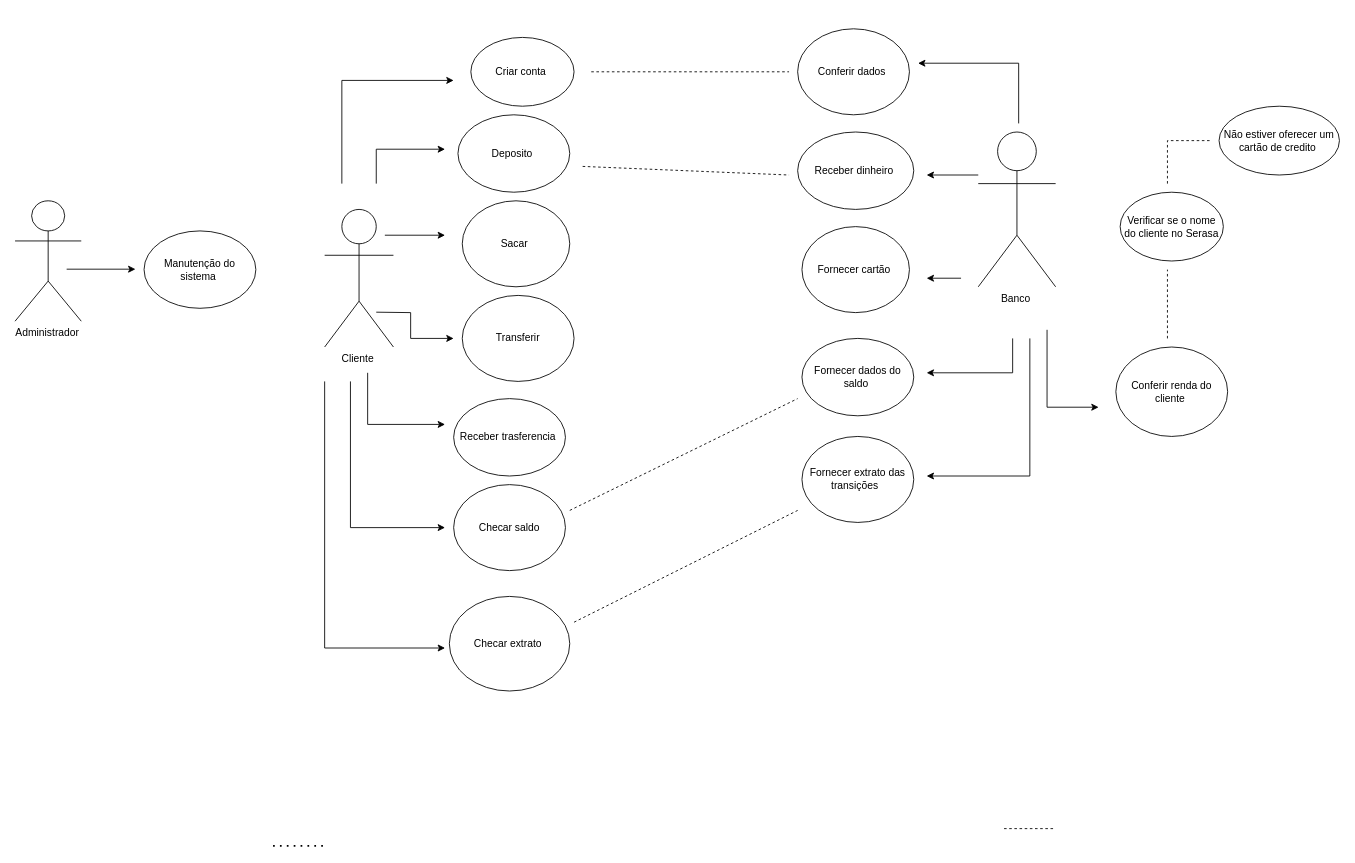
The draw.io diagram page "Página-5" (5 of 11) of Diagrama aula.drawio in maysa158/diagramasderequisitos, before the edit. Source tidied: cells renumbered, new cells numbered last; positions are measured from the earlier drawing's top-left corner, leaving out a move shared by most shapes. Both pictures are drawn from the tidied source at 86%, with x=0, y=0 at pixel (15, 28).
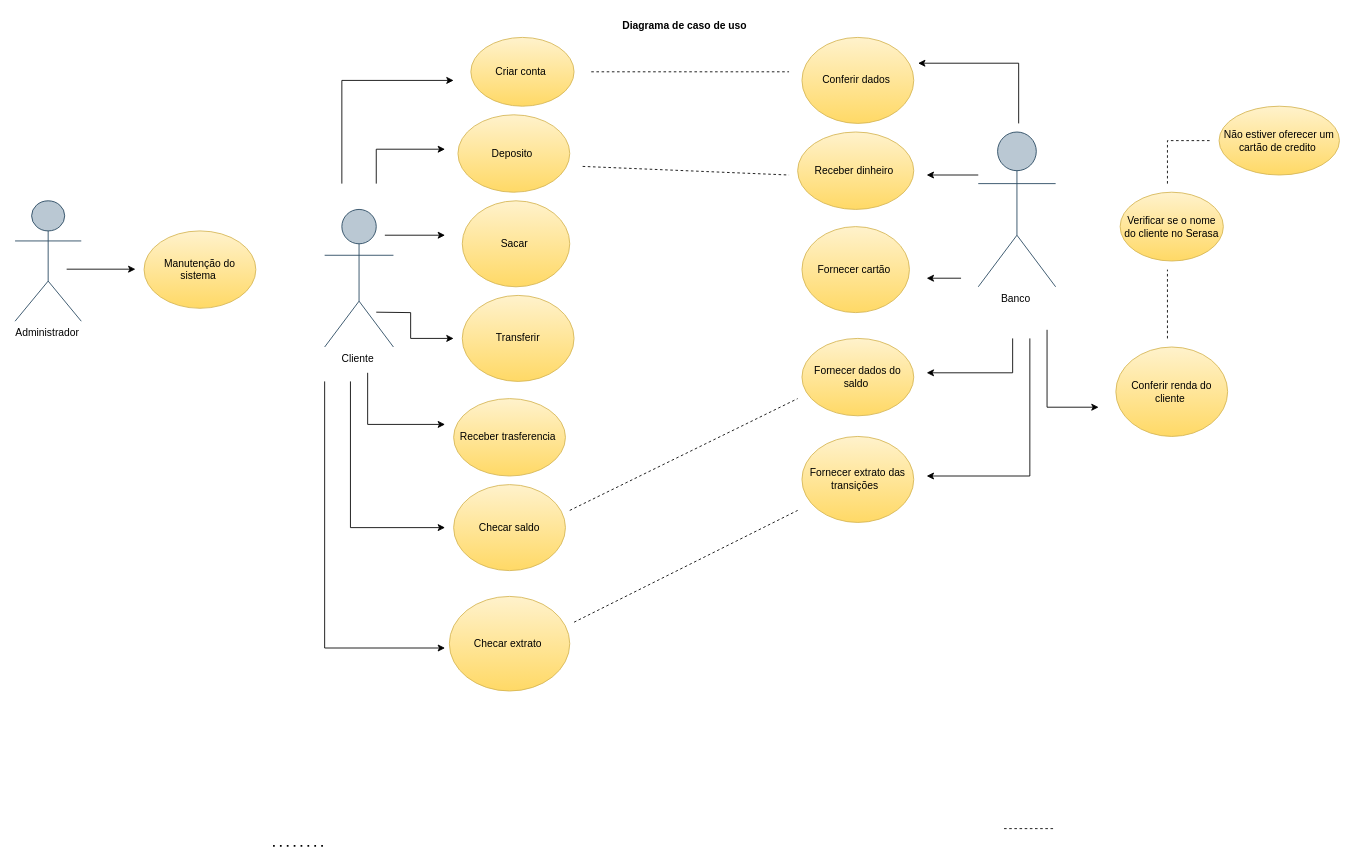
After the change.

Commit message (it also covers changes not shown here):
Diagrama feito em aula

The edit, as a diff of the source:
```diff
@@
-    <mxCell id="4" value="Cliente&amp;nbsp;" style="shape=umlActor;verticalLabelPosition=bottom;verticalAlign=top;html=1;" parent="1" vertex="1">
+    <mxCell id="4" value="Cliente&amp;nbsp;" style="shape=umlActor;verticalLabelPosition=bottom;verticalAlign=top;html=1;fillColor=#bac8d3;strokeColor=#23445d;" parent="1" vertex="1">
       <mxGeometry x="360" y="210" width="80" height="160" as="geometry" />
     </mxCell>
-    <mxCell id="5" value="Deposito&amp;nbsp;" style="ellipse;whiteSpace=wrap;html=1;" parent="1" vertex="1">
+    <mxCell id="5" value="Deposito&amp;nbsp;" style="ellipse;whiteSpace=wrap;html=1;fillColor=#fff2cc;gradientColor=#ffd966;strokeColor=#d6b656;" parent="1" vertex="1">
       <mxGeometry x="515" y="100" width="130" height="90" as="geometry" />
     </mxCell>
-    <mxCell id="6" value="Sacar&amp;nbsp;" style="ellipse;whiteSpace=wrap;html=1;" parent="1" vertex="1">
+    <mxCell id="6" value="Sacar&amp;nbsp;" style="ellipse;whiteSpace=wrap;html=1;fillColor=#fff2cc;gradientColor=#ffd966;strokeColor=#d6b656;" parent="1" vertex="1">
       <mxGeometry x="520" y="200" width="125" height="100" as="geometry" />
     </mxCell>
-    <mxCell id="7" value="Checar saldo" style="ellipse;whiteSpace=wrap;html=1;" parent="1" vertex="1">
+    <mxCell id="7" value="Checar saldo" style="ellipse;whiteSpace=wrap;html=1;fillColor=#fff2cc;gradientColor=#ffd966;strokeColor=#d6b656;" parent="1" vertex="1">
       <mxGeometry x="510" y="530" width="130" height="100" as="geometry" />
     </mxCell>
-    <mxCell id="8" value="Transferir" style="ellipse;whiteSpace=wrap;html=1;" parent="1" vertex="1">
+    <mxCell id="8" value="Transferir" style="ellipse;whiteSpace=wrap;html=1;fillColor=#fff2cc;gradientColor=#ffd966;strokeColor=#d6b656;" parent="1" vertex="1">
       <mxGeometry x="520" y="310" width="130" height="100" as="geometry" />
     </mxCell>
-    <mxCell id="9" value="Checar extrato&amp;nbsp;" style="ellipse;whiteSpace=wrap;html=1;" parent="1" vertex="1">
+    <mxCell id="9" value="Checar extrato&amp;nbsp;" style="ellipse;whiteSpace=wrap;html=1;fillColor=#fff2cc;gradientColor=#ffd966;strokeColor=#d6b656;" parent="1" vertex="1">
       <mxGeometry x="505" y="660" width="140" height="110" as="geometry" />
     </mxCell>
-    <mxCell id="10" value="Banco&amp;nbsp;" style="shape=umlActor;verticalLabelPosition=bottom;verticalAlign=top;html=1;" parent="1" vertex="1">
+    <mxCell id="10" value="Banco&amp;nbsp;" style="shape=umlActor;verticalLabelPosition=bottom;verticalAlign=top;html=1;fillColor=#bac8d3;strokeColor=#23445d;" parent="1" vertex="1">
       <mxGeometry x="1120" y="120" width="90" height="180" as="geometry" />
     </mxCell>
-    <mxCell id="11" value="Criar conta&amp;nbsp;" style="ellipse;whiteSpace=wrap;html=1;" parent="1" vertex="1">
+    <mxCell id="11" value="Criar conta&amp;nbsp;" style="ellipse;whiteSpace=wrap;html=1;fillColor=#fff2cc;gradientColor=#ffd966;strokeColor=#d6b656;" parent="1" vertex="1">
       <mxGeometry x="530" y="10" width="120" height="80" as="geometry" />
     </mxCell>
@@
-    <mxCell id="19" value="Receber trasferencia&amp;nbsp;" style="ellipse;whiteSpace=wrap;html=1;" parent="1" vertex="1">
+    <mxCell id="19" value="Receber trasferencia&amp;nbsp;" style="ellipse;whiteSpace=wrap;html=1;fillColor=#fff2cc;gradientColor=#ffd966;strokeColor=#d6b656;" parent="1" vertex="1">
       <mxGeometry x="510" y="430" width="130" height="90" as="geometry" />
     </mxCell>
-    <mxCell id="20" value="Conferir dados&amp;nbsp;" style="ellipse;whiteSpace=wrap;html=1;" parent="1" vertex="1">
-      <mxGeometry x="910" width="130" height="100" as="geometry" />
+    <mxCell id="20" value="Conferir dados&amp;nbsp;" style="ellipse;whiteSpace=wrap;html=1;fillColor=#fff2cc;gradientColor=#ffd966;strokeColor=#d6b656;" parent="1" vertex="1">
+      <mxGeometry x="915" y="10" width="130" height="100" as="geometry" />
     </mxCell>
-    <mxCell id="21" value="Receber dinheiro&amp;nbsp;" style="ellipse;whiteSpace=wrap;html=1;" parent="1" vertex="1">
+    <mxCell id="21" value="Receber dinheiro&amp;nbsp;" style="ellipse;whiteSpace=wrap;html=1;fillColor=#fff2cc;gradientColor=#ffd966;strokeColor=#d6b656;" parent="1" vertex="1">
       <mxGeometry x="910" y="120" width="135" height="90" as="geometry" />
     </mxCell>
-    <mxCell id="22" value="Fornecer cartão&amp;nbsp;" style="ellipse;whiteSpace=wrap;html=1;" parent="1" vertex="1">
+    <mxCell id="22" value="Fornecer cartão&amp;nbsp;" style="ellipse;whiteSpace=wrap;html=1;fillColor=#fff2cc;gradientColor=#ffd966;strokeColor=#d6b656;" parent="1" vertex="1">
       <mxGeometry x="915" y="230" width="125" height="100" as="geometry" />
     </mxCell>
-    <mxCell id="23" value="Conferir renda do cliente&amp;nbsp;" style="ellipse;whiteSpace=wrap;html=1;" parent="1" vertex="1">
+    <mxCell id="23" value="Conferir renda do cliente&amp;nbsp;" style="ellipse;whiteSpace=wrap;html=1;fillColor=#fff2cc;gradientColor=#ffd966;strokeColor=#d6b656;" parent="1" vertex="1">
       <mxGeometry x="1280" y="370" width="130" height="104" as="geometry" />
     </mxCell>
-    <mxCell id="24" value="Fornecer dados do saldo&amp;nbsp;" style="ellipse;whiteSpace=wrap;html=1;" parent="1" vertex="1">
+    <mxCell id="24" value="Fornecer dados do saldo&amp;nbsp;" style="ellipse;whiteSpace=wrap;html=1;fillColor=#fff2cc;gradientColor=#ffd966;strokeColor=#d6b656;" parent="1" vertex="1">
       <mxGeometry x="915" y="360" width="130" height="90" as="geometry" />
     </mxCell>
-    <mxCell id="25" value="Fornecer extrato das transições&amp;nbsp;&amp;nbsp;" style="ellipse;whiteSpace=wrap;html=1;" parent="1" vertex="1">
+    <mxCell id="25" value="Fornecer extrato das transições&amp;nbsp;&amp;nbsp;" style="ellipse;whiteSpace=wrap;html=1;fillColor=#fff2cc;gradientColor=#ffd966;strokeColor=#d6b656;" parent="1" vertex="1">
       <mxGeometry x="915" y="474" width="130" height="100" as="geometry" />
     </mxCell>
@@
-    <mxCell id="33" value="Verificar se o nome do cliente no Serasa" style="ellipse;whiteSpace=wrap;html=1;" parent="1" vertex="1">
+    <mxCell id="33" value="Verificar se o nome do cliente no Serasa" style="ellipse;whiteSpace=wrap;html=1;fillColor=#fff2cc;gradientColor=#ffd966;strokeColor=#d6b656;" parent="1" vertex="1">
       <mxGeometry x="1285" y="190" width="120" height="80" as="geometry" />
     </mxCell>
@@
-    <mxCell id="35" value="Não estiver oferecer um cartão de credito&amp;nbsp;" style="ellipse;whiteSpace=wrap;html=1;" parent="1" vertex="1">
+    <mxCell id="35" value="Não estiver oferecer um cartão de credito&amp;nbsp;" style="ellipse;whiteSpace=wrap;html=1;fillColor=#fff2cc;gradientColor=#ffd966;strokeColor=#d6b656;" parent="1" vertex="1">
       <mxGeometry x="1400" y="90" width="140" height="80" as="geometry" />
     </mxCell>
@@
-    <mxCell id="40" value="Administrador&amp;nbsp;" style="shape=umlActor;verticalLabelPosition=bottom;verticalAlign=top;html=1;" parent="1" vertex="1">
+    <mxCell id="40" value="Administrador&amp;nbsp;" style="shape=umlActor;verticalLabelPosition=bottom;verticalAlign=top;html=1;fillColor=#bac8d3;strokeColor=#23445d;" parent="1" vertex="1">
       <mxGeometry y="200" width="77" height="140" as="geometry" />
     </mxCell>
@@
-    <mxCell id="42" value="Manutenção do sistema&amp;nbsp;" style="ellipse;whiteSpace=wrap;html=1;" parent="1" vertex="1">
+    <mxCell id="42" value="Manutenção do sistema&amp;nbsp;" style="ellipse;whiteSpace=wrap;html=1;fillColor=#fff2cc;gradientColor=#ffd966;strokeColor=#d6b656;" parent="1" vertex="1">
       <mxGeometry x="150" y="235" width="130" height="90" as="geometry" />
     </mxCell>
+    <mxCell id="43" value="Diagrama de caso de uso&amp;nbsp;" style="text;align=center;fontStyle=1;verticalAlign=middle;spacingLeft=3;spacingRight=3;strokeColor=none;html=1;" parent="1" vertex="1">
+      <mxGeometry x="740" y="-16" width="80" height="26" as="geometry" />
+    </mxCell>
```
